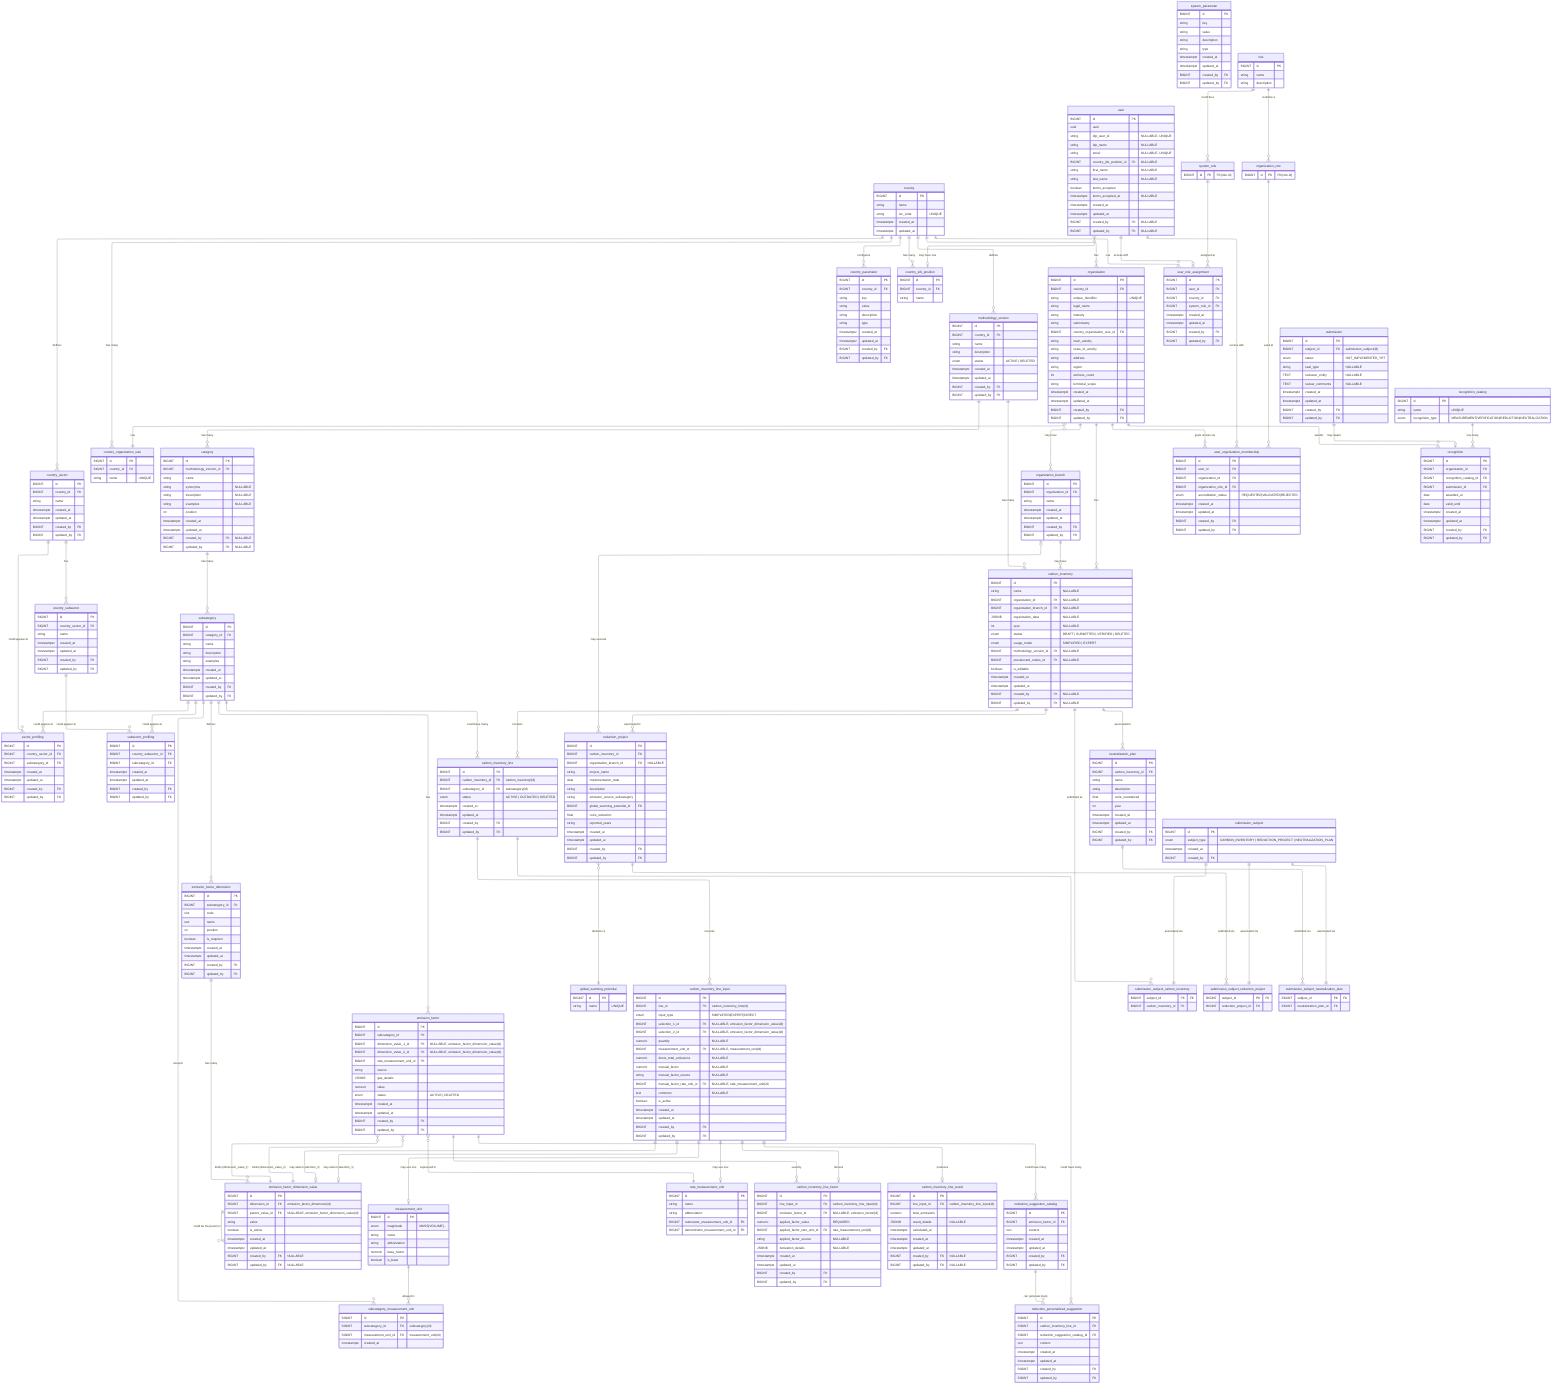
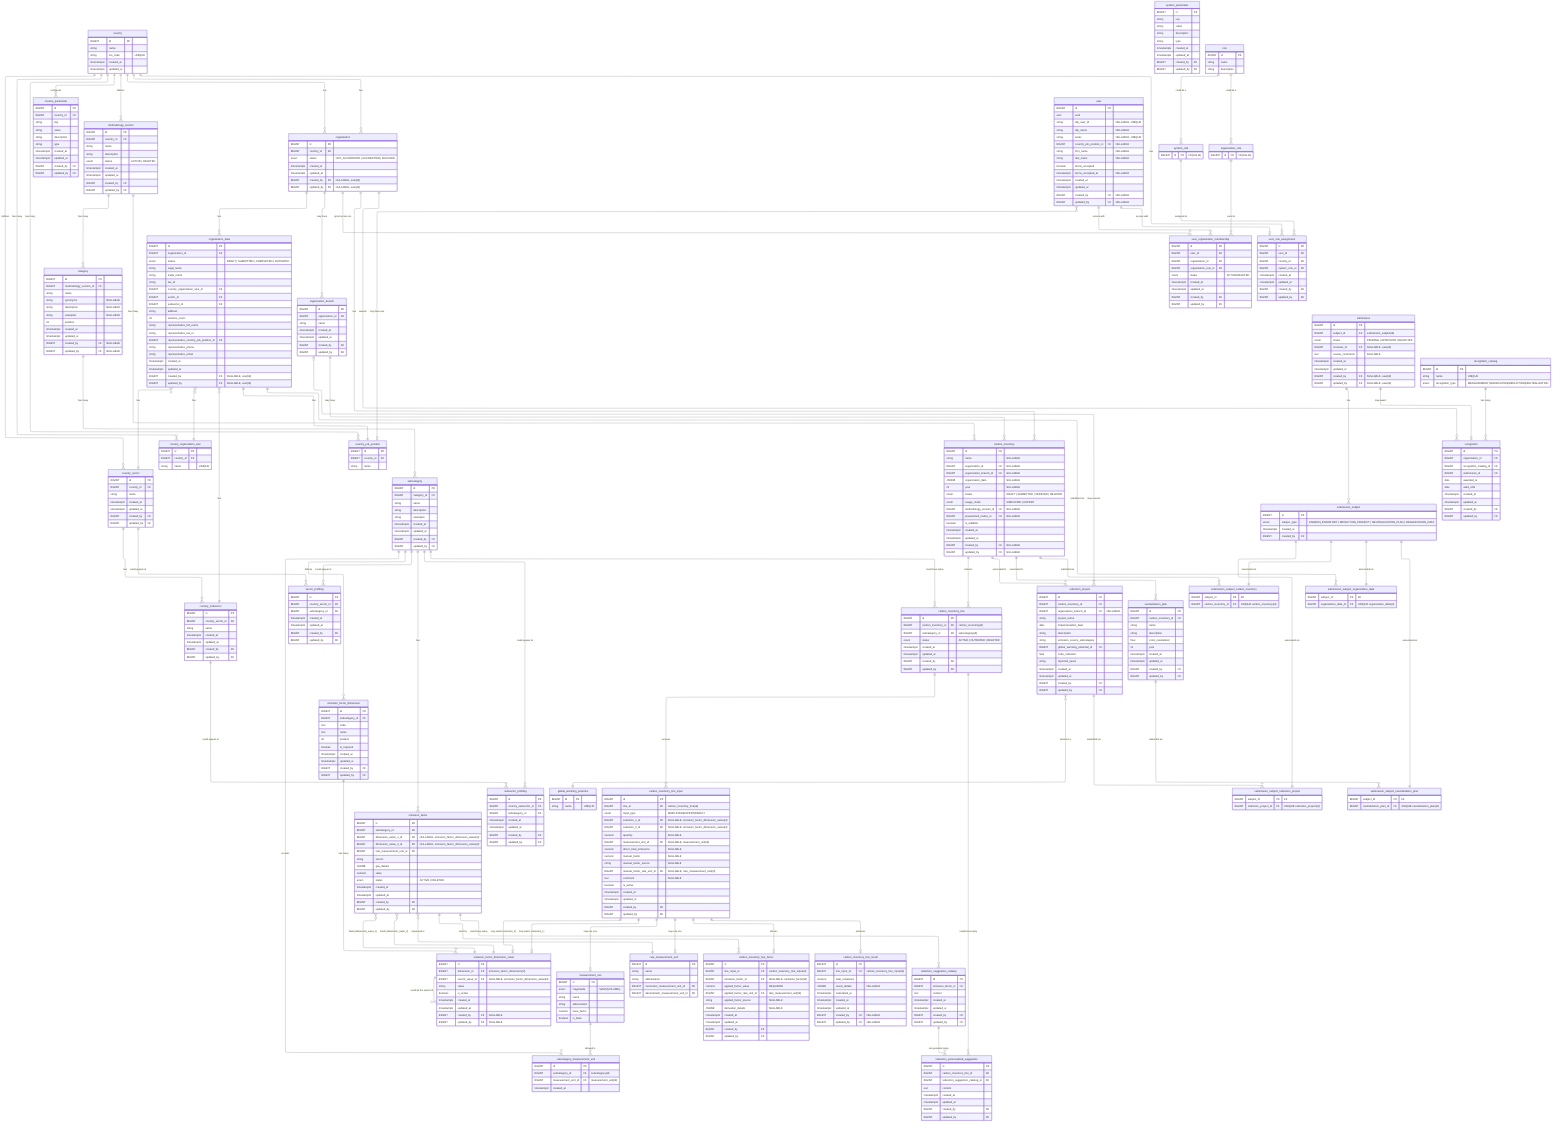
---
config:
  layout: elk
---
erDiagram
	direction TB

	%% ============================================================
	%% Design Principles
	%% ============================================================

	%% 🔷 Core Modeling Principles
	%% 	1.	Each table has a single, well-defined responsibility
	%% Tables are designed to represent one concept only (e.g. configuration, input, result, workflow), avoiding mixed concerns.

	%% 	2.	Relationships reflect real business rules, not just foreign keys
	%% Cardinalities and optionality are chosen to express domain constraints, not merely technical implementation details.

	%% 	3.	Nullability is intentional and meaningful
	%% Nullable fields indicate valid domain states (e.g. optional associations, draft data), not incomplete design.

	%% ⸻

	%% 🔷 Configuration & Reference Data
	%% 	4.	Reference data is normalized and centralized
	%% Shared concepts (statuses, units, potentials) are defined once and reused across the system.

	%% 	5.	Volatile enums are modeled as tables, not database ENUMs
	%% Any value expected to evolve (statuses, workflows) is stored in catalog tables to avoid schema migrations.

	%% 	6.	Stable physical concepts may use ENUMs
	%% Concepts that are scientifically stable (e.g. unit magnitude, usage mode) may use database ENUMs for safety and clarity.

	%% ⸻

	%% 🔷 Methodology & Emission Factors

	%% 	7.	Methodology is versioned and country-scoped
	%% All categories, subcategories, and factors belong to a specific methodology version tied to a country.

	%% 	8.	Emission factors are defined by standardized dimensions, not free text
	%% User selections and factor matching are driven by normalized dimension values to ensure consistency and correctness.

	%% 	9.	Dimension cardinality reflects domain reality, not generic flexibility
	%% Emission factors support up to two dimensions by design, matching current methodology requirements and admin workflows.

	%% 	10.	Administrative workflows are hierarchical and sequential
	%% New entities are created top-down (category → subcategory → dimension → value → factor), enforcing consistency at each level.

	%% ⸻

	%% 🔷 Inventory & Calculation

	%% 	11.	Input, factor selection, and results are modeled as separate concerns
	%% User input, factor derivation, and calculated results are stored in distinct tables for clarity and auditability.

	%% 	12.	Results are always derived from immutable input snapshots
	%% Calculated emissions reference the exact input used, ensuring reproducibility even if inputs change later.

	%% 	13.	Historical data is preserved; updates create new versions
	%% Changes do not overwrite previous data but create new records, maintaining a complete audit trail.

	%% ⸻

	%% 🔷 Workflow & Submissions

	%% 	14.	Workflows are modeled as data, not booleans
	%% Submissions, approvals, and recognitions are represented explicitly rather than inferred from flags.

	%% 	15.	Polymorphism is handled via explicit subject tables
	%% Submissions reference a generic subject entity with concrete subtype tables, avoiding nullable polymorphic foreign keys.

	%% 	16.	Recognitions are awarded based on submissions, not raw entities
	%% This ensures all awards are traceable to a validated review process.

	%% ⸻

	%% 🔷 Audit & Governance

	%% 	17.	Audit fields are applied based on responsibility and mutability
	%% Operational tables are auditable; reference and system-owned tables may omit audit fields by design.

	%% 	18.	System-generated data does not pretend to have an author
	%% Automatically calculated results record timestamps but not created_by or updated_by.

	%% 	19.	Database constraints enforce correctness wherever possible
	%% Uniqueness, consistency, and invariants are enforced at the database level rather than relying solely on application logic.


	%% ⸻

	%% 🔷 Evolution & Maintainability

	%% 	20.	Design favors clarity and correctness over premature generalization
	%% Flexibility is introduced only when driven by real domain requirements, not hypothetical future use cases.

	%% 	21.	Future extensions are possible without breaking existing data
	%% The model anticipates evolution (e.g. new methodologies, new workflows) while keeping current usage simple and explicit.

	%% ⸻

	%% These principles are intentional.
	%% Changes to the model should preserve these invariants unless there is a clear domain-driven reason to evolve them.

	%% ============================================================
	%% 🟦 Country & configuration (7)
	%% ============================================================

	country {
		BIGINT id PK ""
		string name  ""
		string iso_code "UNIQUE"
		timestamptz created_at  ""
		timestamptz updated_at  ""
	}

	country_parameter {
		BIGINT id PK ""
		BIGINT country_id FK ""
		string key  ""
		string value  ""
		string description  ""
		string type  ""
		timestamptz created_at  ""
		timestamptz updated_at  ""
		BIGINT created_by FK ""
		BIGINT updated_by FK ""
	}

	system_parameter {
		BIGINT id PK ""
		string key  ""
		string value  ""
		string description  ""
		string type  ""
		timestamptz created_at  ""
		timestamptz updated_at  ""
		BIGINT created_by FK ""
		BIGINT updated_by FK ""
	}

	country_sector {
		BIGINT id PK ""
		BIGINT country_id FK ""
		string name  ""
		timestamptz created_at  ""
		timestamptz updated_at  ""
		BIGINT created_by FK ""
		BIGINT updated_by FK ""
	}

	country_subsector {
		BIGINT id PK ""
		BIGINT country_sector_id FK ""
		string name  ""
		timestamptz created_at  ""
		timestamptz updated_at  ""
		BIGINT created_by FK ""
		BIGINT updated_by FK ""
	}

	country_organization_size {
		BIGINT id PK ""
		BIGINT country_id FK ""
		string name  "UNIQUE"
	}

	country_job_position {
		BIGINT id PK ""
		BIGINT country_id FK ""
		string name  ""
	}

	%% ============================================================
	%% 🟩 Methodology & factors (10)
	%% ============================================================

	methodology_version {
		BIGINT id PK ""
		BIGINT country_id FK ""
		string name  ""
		string description  ""
		enum status "ACTIVE | DELETED"
		timestamptz created_at  ""
		timestamptz updated_at  ""
		BIGINT created_by FK ""
		BIGINT updated_by FK ""
		%% Enforce via trigger at most 1 active per country
	}

	category {
		BIGINT id PK ""
		BIGINT methodology_version_id FK ""
		string name  ""
		%% just for displaying
		string synonyms "NULLABLE"
		%% just for displaying
		string description "NULLABLE"
		%% just for displaying
		string examples "NULLABLE"
		%% Position must be > 0 (enforced by DB CHECK constraint)
		int position ""
		timestamptz created_at  ""
		timestamptz updated_at  ""
		BIGINT created_by FK "NULLABLE"
		BIGINT updated_by FK "NULLABLE"
		%% UNIQUE(methodology_version_id, name)
		%% UNIQUE(methodology_version_id, position)
	}

	subcategory {
		BIGINT id PK ""
		BIGINT category_id FK ""
		string name  ""
		%% just for displaying
		string description  ""
		%% just for displaying
		string examples ""
		timestamptz created_at  ""
		timestamptz updated_at  ""
		BIGINT created_by FK ""
		BIGINT updated_by FK ""
	}

	emission_factor_dimension {
		BIGINT id PK ""
		BIGINT subcategory_id FK ""
		%% Like: FUEL_GROUP, FUEL_TYPE, GAS_TYPE
		text code ""
		%% Like: Tipo de combustible, Tipo de gas
		text name ""
		%% Like: 1, 2, 3 (order in UI & logic)
		int position ""
		boolean is_required ""
		timestamptz created_at  ""
		timestamptz updated_at  ""
		BIGINT created_by FK ""
		BIGINT updated_by FK ""
		%% UNIQUE(subcategory_id, position),
		%% UNIQUE(subcategory_id, code)
	}

	emission_factor_dimension_value {
		BIGINT id PK ""
		BIGINT dimension_id FK "emission_factor_dimension(id)"
		BIGINT parent_value_id FK "NULLABLE, emission_factor_dimension_value(id)"
		%% Like: Natural gas, Diesel, Kerosene, etc
		string value ""
		boolean is_active ""
		timestamptz created_at  ""
		timestamptz updated_at  ""
		BIGINT created_by FK "NULLABLE"
		BIGINT updated_by FK "NULLABLE"
		%% UNIQUE(dimension_id, value)
	}

	emission_factor {
		BIGINT id PK ""
		BIGINT subcategory_id FK ""
		%% Emission factors currently support up to two dimensions via fixed columns.
		%% A binding table was considered for unbounded dimensions but intentionally not used to keep queries and constraints simple.
		BIGINT dimension_value_1_id FK "NULLABLE, emission_factor_dimension_value(id)"
		BIGINT dimension_value_2_id FK "NULLABLE, emission_factor_dimension_value(id)"
		BIGINT rate_measurement_unit_id FK ""
		string source  ""
		JSONB gas_details ""
		numeric value  ""
		enum status "ACTIVE | DELETED"
		timestamptz created_at  ""
		timestamptz updated_at  ""
		BIGINT created_by FK ""
		BIGINT updated_by FK ""
		%% Enforce UNIQUE (subcategory_id, dimension_value_1_id, dimension_value_2_id) WHERE status = 'ACTIVE'
	}

	sector_profiling {
		BIGINT id PK ""
		BIGINT country_sector_id FK ""
		BIGINT subcategory_id FK ""
		timestamptz created_at  ""
		timestamptz updated_at  ""
		BIGINT created_by FK ""
		BIGINT updated_by FK ""
		%% UNIQUE(country_sector_id, subcategory_id)
	}

	subsector_profiling {
		BIGINT id PK ""
		BIGINT country_subsector_id FK ""
		BIGINT subcategory_id FK ""
		timestamptz created_at  ""
		timestamptz updated_at  ""
		BIGINT created_by FK ""
		BIGINT updated_by FK ""
		%% UNIQUE(country_subsector_id, subcategory_id)
	}

	measurement_unit {
		BIGINT id PK ""
		enum magnitude  "MASS|VOLUME|..."
		string name  ""
		string abbreviation  ""
		numeric base_factor  ""
		boolean is_base  ""
		%% Enforce UNIQUE (magnitude) WHERE is_base = true
	}

	rate_measurement_unit {
		BIGINT id PK ""
		string name  ""
		string abbreviation  ""
		BIGINT numerator_measurement_unit_id FK ""
		BIGINT denominator_measurement_unit_id FK ""
	}

	subcategory_measurement_unit {
		BIGINT id PK ""
		BIGINT subcategory_id FK "subcategory(id)"
		BIGINT measurement_unit_id FK "measurement_unit(id)"
		timestamptz created_at ""
		%% UNIQUE(subcategory_id, measurement_unit_id)
	}

	global_warming_potential {
		BIGINT id PK ""
		string name "UNIQUE"
		%% AR4, AR5, etc...
	}

	%% ============================================================
	%% 🟨 Organizations & users (8)
	%% ============================================================

	organization {
- 		BIGINT id PK ""
- 		BIGINT country_id FK ""
- 		string unique_identifier  "UNIQUE"
- 		string legal_name  ""
- 		string industry  ""
- 		string subindustry  ""
- 		BIGINT country_organization_size_id FK ""
- 		string main_activity  ""
- 		string scale_of_activity  ""
- 		string address  ""
- 		string region  ""
- 		int workers_count  ""
- 		string territorial_scope  ""
- 		timestamptz created_at  ""
- 		timestamptz updated_at  ""
- 		BIGINT created_by FK ""
- 		BIGINT updated_by FK ""
+ 		BIGINT id PK
+ 		BIGINT country_id FK
+ 		enum status "NOT_ACCREDITED | ACCREDITED | BLOCKED"
+ 		timestamptz created_at
+ 		timestamptz updated_at
+ 		BIGINT created_by FK "NULLABLE, user(id)"
+ 		BIGINT updated_by FK "NULLABLE, user(id)"
+   	}
+ 
+ 	organization_data {
+ 		BIGINT id PK
+ 		BIGINT organization_id FK
+ 		enum status "DRAFT | SUBMITTED | COMPLETED | OUTDATED"
+ 
+ 		%% organization data
+ 		string legal_name
+ 		string trade_name
+ 		string tax_id
+ 		BIGINT country_organization_size_id FK
+ 		BIGINT sector_id FK
+ 		BIGINT subsector_id FK
+ 		string address
+ 		int workers_count
+ 
+ 		%% representative data
+ 		string representative_full_name
+ 		string representative_tax_id
+ 		BIGINT representative_country_job_position_id FK
+ 		string representative_phone
+ 		string representative_email
+ 
+ 		timestamptz created_at
+ 		timestamptz updated_at
+ 		BIGINT created_by FK "NULLABLE, user(id)"
+ 		BIGINT updated_by FK "NULLABLE, user(id)"
	}

	organization_branch {
		BIGINT id PK ""
		BIGINT organization_id FK ""
		string name  ""
		timestamptz created_at  ""
		timestamptz updated_at  ""
		BIGINT created_by FK ""
		BIGINT updated_by FK ""
	}

	user {
		BIGINT id PK ""
		uuid uuid  ""
		string idp_user_id "NULLABLE, UNIQUE"
		string idp_name "NULLABLE"
		string email  "NULLABLE, UNIQUE"
		BIGINT country_job_position_id FK "NULLABLE"
		string first_name "NULLABLE"
		string last_name "NULLABLE"
		boolean terms_accepted ""
		timestamptz terms_accepted_at "NULLABLE"
		timestamptz created_at  ""
		timestamptz updated_at  ""
		BIGINT created_by FK "NULLABLE"
		BIGINT updated_by FK "NULLABLE"
	}

	%% abstract parent table
	role {
		BIGINT id PK ""
		string name ""
		string description ""
	}

	system_role {
		BIGINT id PK "FK(role.id)"
	}

	organization_role {
		BIGINT id PK "FK(role.id)"
	}

+ 
	user_organization_membership {
		BIGINT id PK ""
		BIGINT user_id FK ""
		BIGINT organization_id FK ""
		BIGINT organization_role_id FK ""
- 		enum accreditation_status  "REQUESTED|VALIDATED|REJECTED"
+ 		enum status "ACTIVE|DELETED"
		timestamptz created_at  ""
		timestamptz updated_at  ""
		BIGINT created_by FK ""
		BIGINT updated_by FK ""
		%% UNIQUE(user_id, organization_id, organization_role_id)
	}

	user_role_assignment {
		BIGINT id PK ""
		BIGINT user_id FK ""
		BIGINT country_id FK ""
		BIGINT system_role_id FK ""
		timestamptz created_at  ""
		timestamptz updated_at  ""
		BIGINT created_by FK ""
		BIGINT updated_by FK ""
		%% UNIQUE(user_id, country_id, system_role_id)
	}

	%% ============================================================
	%% 🟧 Inventory & calculation (9)
	%% ============================================================

	%% organization & organization_branch will be NULL when user does not belong to any org.
	carbon_inventory {
		BIGINT id PK ""
		string name "NULLABLE"
		BIGINT organization_id FK "NULLABLE"
		BIGINT organization_branch_id FK "NULLABLE"
		JSONB organization_data "NULLABLE"
		int year "NULLABLE"
		enum status "DRAFT | SUBMITTED | VERIFIED | DELETED"
		enum usage_mode "SIMPLIFIED | EXPERT"
		BIGINT methodology_version_id FK "NULLABLE"
		BIGINT preselected_nodes_id FK "NULLABLE"
		boolean is_editable ""
		timestamptz created_at  ""
		timestamptz updated_at  ""
		BIGINT created_by FK "NULLABLE"
		BIGINT updated_by FK "NULLABLE"
	}

	%% A "line" represents what is being measured (subcategory) for a given inventory.
	%% We do not store quantities/factors/selections here. It's the anchor.
	carbon_inventory_line {
		BIGINT id PK ""
		BIGINT carbon_inventory_id FK "carbon_inventory(id)"
		BIGINT subcategory_id FK "subcategory(id)"
		enum status "ACTIVE | OUTDATED | DELETED"
		timestamptz created_at  ""
		timestamptz updated_at  ""
		BIGINT created_by FK ""
		BIGINT updated_by FK ""
	}

	carbon_inventory_line_input {
		BIGINT id PK ""
		BIGINT line_id FK "carbon_inventory_line(id)"
		enum input_type "SIMPLIFIED|EXPERT|DIRECT"

		%% the "dimension selections" (more on dimension standardization in section 4)
		BIGINT selection_1_id FK "NULLABLE, emission_factor_dimension_value(id)"
		BIGINT selection_2_id FK "NULLABLE, emission_factor_dimension_value(id)"

		numeric quantity "NULLABLE"
		BIGINT measurement_unit_id FK "NULLABLE, measurement_unit(id)"

		%% For DIRECT mode:
		numeric direct_total_emissions "NULLABLE"

		%% For EXPERT mode:
		numeric manual_factor "NULLABLE"
		string manual_factor_source "NULLABLE"
		BIGINT manual_factor_rate_unit_id FK "NULLABLE, rate_measurement_unit(id)"

		text comment "NULLABLE"
		boolean is_active ""
		timestamptz created_at  ""
		timestamptz updated_at  ""
		BIGINT created_by FK ""
		BIGINT updated_by FK ""
		%% Enforce only one active input per line: UNIQUE(line_id) WHERE is_active = true
	}

	%% This stores "what factor did we use, after conversions, and why" so results are reproducible.
	carbon_inventory_line_factor {
		BIGINT id PK ""
		BIGINT line_input_id FK "carbon_inventory_line_input(id)"

		%% chosen factor: either from catalog (simplified) or null for expert/direct
		BIGINT emission_factor_id FK "NULLABLE, emission_factor(id)"

		%% normalized factor actually used in the computation (post-conversion)
		%% REQUIRED: Must always be present for result reproducibility
		numeric applied_factor_value "REQUIRED"
		BIGINT applied_factor_rate_unit_id FK "rate_measurement_unit(id)"
		string applied_factor_source "NULLABLE"

		%% optionally store a JSON blob explaining conversion steps for auditability
		JSONB derivation_details "NULLABLE"

		timestamptz created_at  ""
		timestamptz updated_at  ""
		BIGINT created_by FK ""
		BIGINT updated_by FK ""
		%% Enforce 1 factor row per input: UNIQUE(line_input_id)
	}

	carbon_inventory_line_result {
		BIGINT id PK ""
		BIGINT line_input_id FK "carbon_inventory_line_input(id)"
		numeric total_emissions ""
		%% optionally store breakdown: per-gas, CO2e, etc.
		JSONB result_details "NULLABLE"
		timestamptz calculated_at ""
		timestamptz created_at  ""
		timestamptz updated_at  ""
		BIGINT created_by FK "NULLABLE"
		BIGINT updated_by FK "NULLABLE"
		%% Ensure 1 result per input: UNIQUE(line_input_id)
	}

	reduction_suggestion_catalog {
		BIGINT id PK ""
		BIGINT emission_factor_id FK ""
		text content  ""
		timestamptz created_at  ""
		timestamptz updated_at  ""
		BIGINT created_by FK ""
		BIGINT updated_by FK ""
	}

	%% We plan to create these suggestion with AI
	reduction_personalized_suggestion {
		BIGINT id PK ""
		BIGINT carbon_inventory_line_id FK ""
		BIGINT reduction_suggestion_catalog_id FK ""
		text content  ""
		timestamptz created_at  ""
		timestamptz updated_at  ""
		BIGINT created_by FK ""
		BIGINT updated_by FK ""
	}

	reduction_project {
		BIGINT id PK ""
		BIGINT carbon_inventory_id FK ""
		BIGINT organization_branch_id FK "NULLABLE"
		string project_name  ""
		date implementation_date  ""
		string description  ""
		string emission_source_subcategory  ""
		BIGINT global_warming_potential_id FK ""
		float co2e_reduction  ""
		string reported_years  ""
		timestamptz created_at  ""
		timestamptz updated_at  ""
		BIGINT created_by FK ""
		BIGINT updated_by FK ""
	}

	neutralization_plan {
		BIGINT id PK ""
		BIGINT carbon_inventory_id FK ""
		string name  ""
		string description  ""
		float co2e_neutralized  ""
		int year  ""
		timestamptz created_at  ""
		timestamptz updated_at  ""
		BIGINT created_by FK ""
		BIGINT updated_by FK ""
	}

	%% ============================================================
	%% 🟥 Submissions & recognition (7)
	%% ============================================================

	%% Read the docs about the submissions model design here: https://www.notion.so/Modelo-E-R-para-Submissions-2d318d2c8901805ab8f9eed2a9d9d702?source=copy_link
	%% The data within this table is immutable once created
	submission_subject {
		BIGINT id PK ""
- 		enum subject_type "CARBON_INVENTORY | REDUCTION_PROJECT | NEUTRALIZATION_PLAN"
+ 		enum subject_type "CARBON_INVENTORY | REDUCTION_PROJECT | NEUTRALIZATION_PLAN | ORGANIZATION_DATA"
		timestamptz created_at  ""
		BIGINT created_by FK ""
	}

	%% The data within this table is immutable once created
	submission_subject_carbon_inventory {
		BIGINT subject_id PK "FK"
- 		BIGINT carbon_inventory_id FK ""
+ 		BIGINT carbon_inventory_id FK "UNIQUE carbon_inventory(id)"
	}

	%% The data within this table is immutable once created
	submission_subject_reduction_project {
		BIGINT subject_id PK "FK"
- 		BIGINT reduction_project_id FK ""
+ 		BIGINT reduction_project_id FK "UNIQUE reduction_project(id)"
	}

	%% The data within this table is immutable once created
	submission_subject_neutralization_plan {
		BIGINT subject_id PK "FK"
- 		BIGINT neutralization_plan_id FK ""
+ 		BIGINT neutralization_plan_id FK "UNIQUE neutralization_plan(id)"
+ 	}
+ 
+ 	%% The data within this table is immutable once created
+ 	submission_subject_organization_data {
+ 		BIGINT subject_id PK "FK"
+ 		BIGINT organization_data_id FK "UNIQUE organization_data(id)"
	}

	submission {
		BIGINT id PK ""
		BIGINT subject_id FK "submission_subject(id)"
- 		enum status "NOT_IMPLEMENTED_YET"
- 		string seal_type  "NULLABLE"
- 		TEXT reviewer_entity "NULLABLE"
- 		TEXT review_comments "NULLABLE"
- 		timestamptz created_at  ""
- 		timestamptz updated_at  ""
- 		BIGINT created_by FK ""
- 		BIGINT updated_by FK ""
+ 		enum status "PENDING | APPROVED | REJECTED"
+ 		BIGINT reviewer_id FK "NULLABLE, user(id)"
+ 		text review_comments "NULLABLE"
+ 		timestamptz created_at  ""
+ 		timestamptz updated_at  ""
+ 		BIGINT created_by FK "NULLABLE, user(id)"
+ 		BIGINT updated_by FK "NULLABLE, user(id)"
+ 		%% UNIQUE INDEX on subject_id WHERE status IN ('PENDING', 'APPROVED')
	}

	recognition_catalog {
		BIGINT id PK ""
		string name "UNIQUE"
		enum recognition_type  "MEASUREMENT|VERIFICATION|REDUCTION|NEUTRALIZATION"
	}

	recognition {
		BIGINT id PK ""
		BIGINT organization_id FK ""
		BIGINT recognition_catalog_id FK ""
		BIGINT submission_id FK ""
		date awarded_at  ""
		date valid_until  ""
		timestamptz created_at  ""
		timestamptz updated_at  ""
		BIGINT created_by FK ""
		BIGINT updated_by FK ""
	}

	%% ============================================================
	%% Others
	%% ============================================================


%% ============================================================
%% Relationships
%% ============================================================

country
	country ||--o{ country_parameter : "configures"
	country ||--o{ country_sector : "defines"
	country ||--o{ methodology_version : "defines"
	country ||--o{ organization : "has"
	country ||--o{ user_role_assignment : "has"
	country ||--o{ country_organization_size: "has many"
	country ||--o{ country_job_position : "has many"
+ 	country ||--o{ organization : "has"

country_sector
	country_sector ||--o{ country_subsector : "has"
	country_sector ||--o{ sector_profiling : "could appear at"

country_subsector
	country_subsector ||--o{ subsector_profiling : "could appear at"

organization
	organization ||--o{ carbon_inventory : "has"
	organization ||--o{ organization_branch : "may have"
	organization ||--o{ recognition : "awards"
	organization ||--o{ user_organization_membership : "grant access via"
- 	organization }o--|| country_organization_size : "has"
+ 	organization ||--o{ organization_data : "has"
+ 
+ organization_data
+ 	organization_data }o--|| country_organization_size : "has"
+ 	organization_data }o--|| country_sector : "has"
+ 	organization_data }o--|| country_subsector : "has"
+ 	organization_data ||--|| country_job_position : "has"
+ 	organization_data ||--o{ submission_subject_organization_data : "submitted via"
+ 

organization_branch
	organization_branch |o--o{ reduction_project : "may execute"
	organization_branch ||--o{ carbon_inventory : "may have"

recognition_catalog
	recognition_catalog ||--o{ recognition  : "has many"

role
	role ||--o{ system_role : "could be a"
	role ||--o{ organization_role : "could be a"
	organization_role ||--o{ user_organization_membership : "used at"
	system_role ||--o{ user_role_assignment : "assigned at"

user
	user ||--o{ user_organization_membership : "access with"
	user }o--o| country_job_position : "may have one"
	user ||--o| user_role_assignment : "access with"

methodology_version
	methodology_version ||--o{ carbon_inventory : "has many"
	methodology_version ||--o{ category : "has many"

category
	category ||--o{ subcategory : "has many"

subcategory
	subcategory ||--o{ emission_factor_dimension: "defines"
	%% A subcategory may exist with zero emission factors:
	subcategory ||--o{ emission_factor: "has"
	subcategory ||--o{ sector_profiling: "could appear at"
	subcategory ||--o{ subsector_profiling: "could appear at"
	subcategory ||--o{ carbon_inventory_line: "could have many"
	subcategory ||--o{ subcategory_measurement_unit: "accepts"

measurement_unit
	measurement_unit ||--o{ subcategory_measurement_unit: "allowed in"

emission_factor_dimension
	emission_factor_dimension ||--o{ emission_factor_dimension_value : "has many"

emission_factor_dimension_value
	emission_factor_dimension_value ||--o{ emission_factor_dimension_value : "could be the parent of"

emission_factor
	emission_factor ||--o{ reduction_suggestion_catalog : "could have many"
	emission_factor ||--o{ carbon_inventory_line_factor : "used by"
	emission_factor }o--|| rate_measurement_unit : "expressed in"
	%% At most 2 values, depending on subcategory configuration:
	emission_factor }o--|| emission_factor_dimension_value : "binds (dimension_value_1)"
	emission_factor }o--|| emission_factor_dimension_value : "binds (dimension_value_2)"

carbon_inventory
	carbon_inventory ||--o{ carbon_inventory_line: "contains"
	carbon_inventory ||--o{ submission_subject_carbon_inventory: "submitted as"
	carbon_inventory ||--o{ neutralization_plan: "associated to"
	carbon_inventory ||--o{ reduction_project: "associated to"

carbon_inventory_line
	carbon_inventory_line ||--o{ reduction_personalized_suggestion: "could have many"
	carbon_inventory_line ||--o{ carbon_inventory_line_input: "receives"

carbon_inventory_line_input
	carbon_inventory_line_input ||--o| emission_factor_dimension_value: "may select (selection_1)"
	carbon_inventory_line_input ||--o| emission_factor_dimension_value: "may select (selection_2)"
	carbon_inventory_line_input ||--o| measurement_unit: "may use one"
	carbon_inventory_line_input ||--o| rate_measurement_unit: "may use one"
	carbon_inventory_line_input ||--o| carbon_inventory_line_factor: "derives"
	carbon_inventory_line_input ||--o| carbon_inventory_line_result: "produces"

submission_subject
	submission_subject ||--|| submission_subject_carbon_inventory : "associated via"
	submission_subject ||--|| submission_subject_reduction_project : "associated via"
	submission_subject ||--|| submission_subject_neutralization_plan : "associated via"
+ 	submission_subject ||--|| submission_subject_organization_data : "associated via"

submission
	submission ||--o| recognition: "may award"
+ 	submission ||--o{ submission_subject: "has"

neutralization_plan
	neutralization_plan ||--o{ submission_subject_neutralization_plan : "submitted via"

reduction_project
	reduction_project ||--o{ submission_subject_reduction_project : "submitted via"
	reduction_project }o--|| global_warming_potential : "declares a"

reduction_suggestion_catalog
	reduction_suggestion_catalog ||--o{ reduction_personalized_suggestion : "can generate many"